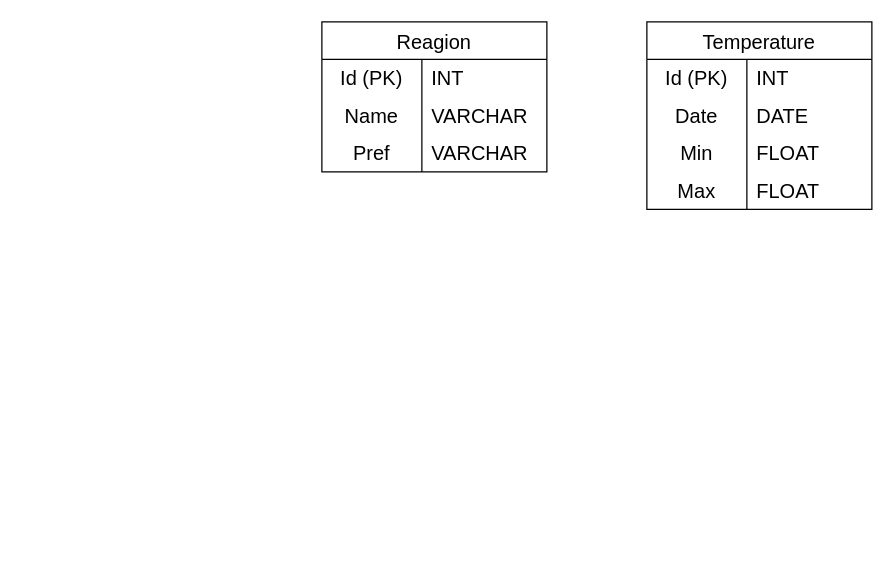
takumashiraki/weather-record keeps this draw.io diagram as ER図.drawio. Above is the earlier version. Source tidied: cells renumbered, new cells numbered last; positions are measured from the earlier drawing's top-left corner, leaving out a move shared by most shapes. Both pictures are drawn from the tidied source at 125%, with x=0, y=0 at pixel (321, 21).
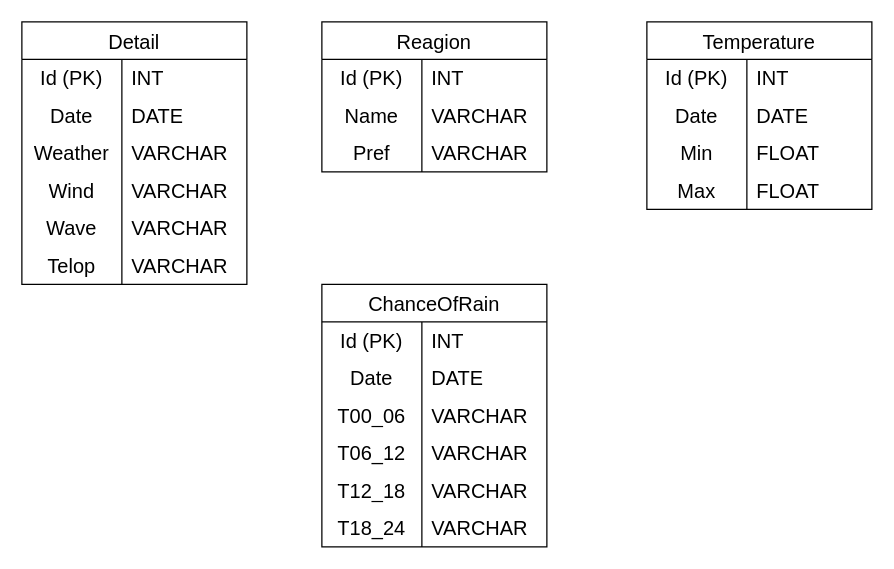
The same page after the edit.

Commit message (it also covers changes not shown here):
ER図.drawio を更新します

Change to the diagram source:
```diff
@@
+    <mxCell id="25" value="Detail" style="shape=table;startSize=30;childLayout=tableLayout;rowLines=0;fontStyle=0;strokeColor=default;fontSize=16;" parent="1" vertex="1">
+      <mxGeometry x="-240" width="180" height="210" as="geometry" />
+    </mxCell>
+    <mxCell id="26" style="shape=tableRow;horizontal=0;startSize=0;swimlaneHead=0;swimlaneBody=0;top=0;left=0;bottom=0;right=0;fillColor=none;strokeColor=inherit;fontSize=16;" parent="25" vertex="1">
+      <mxGeometry y="30" width="180" height="30" as="geometry" />
+    </mxCell>
+    <mxCell id="27" value="Id (PK)" style="shape=partialRectangle;html=1;whiteSpace=wrap;fillColor=none;top=0;left=0;bottom=0;right=0;overflow=hidden;strokeColor=inherit;fontSize=16;" parent="26" vertex="1">
+      <mxGeometry width="80" height="30" as="geometry" />
+    </mxCell>
+    <mxCell id="28" value="INT" style="shape=partialRectangle;html=1;whiteSpace=wrap;fillColor=none;top=0;left=0;bottom=0;right=0;align=left;spacingLeft=6;overflow=hidden;strokeColor=inherit;fontSize=16;" parent="26" vertex="1">
+      <mxGeometry x="80" width="100" height="30" as="geometry" />
+    </mxCell>
+    <mxCell id="29" style="shape=tableRow;horizontal=0;startSize=0;swimlaneHead=0;swimlaneBody=0;top=0;left=0;bottom=0;right=0;fillColor=none;strokeColor=inherit;fontSize=16;" parent="25" vertex="1">
+      <mxGeometry y="60" width="180" height="30" as="geometry" />
+    </mxCell>
+    <mxCell id="30" value="Date" style="shape=partialRectangle;html=1;whiteSpace=wrap;fillColor=none;top=0;left=0;bottom=0;right=0;overflow=hidden;strokeColor=inherit;fontSize=16;" parent="29" vertex="1">
+      <mxGeometry width="80" height="30" as="geometry" />
+    </mxCell>
+    <mxCell id="31" value="DATE" style="shape=partialRectangle;html=1;whiteSpace=wrap;fillColor=none;top=0;left=0;bottom=0;right=0;align=left;spacingLeft=6;overflow=hidden;strokeColor=inherit;fontSize=16;" parent="29" vertex="1">
+      <mxGeometry x="80" width="100" height="30" as="geometry" />
+    </mxCell>
+    <mxCell id="32" style="shape=tableRow;horizontal=0;startSize=0;swimlaneHead=0;swimlaneBody=0;top=0;left=0;bottom=0;right=0;fillColor=none;strokeColor=inherit;fontSize=16;" parent="25" vertex="1">
+      <mxGeometry y="90" width="180" height="30" as="geometry" />
+    </mxCell>
+    <mxCell id="33" value="Weather" style="shape=partialRectangle;html=1;whiteSpace=wrap;fillColor=none;top=0;left=0;bottom=0;right=0;overflow=hidden;strokeColor=inherit;fontSize=16;" parent="32" vertex="1">
+      <mxGeometry width="80" height="30" as="geometry" />
+    </mxCell>
+    <mxCell id="34" value="VARCHAR" style="shape=partialRectangle;html=1;whiteSpace=wrap;fillColor=none;top=0;left=0;bottom=0;right=0;align=left;spacingLeft=6;overflow=hidden;strokeColor=inherit;fontSize=16;" parent="32" vertex="1">
+      <mxGeometry x="80" width="100" height="30" as="geometry" />
+    </mxCell>
+    <mxCell id="35" style="shape=tableRow;horizontal=0;startSize=0;swimlaneHead=0;swimlaneBody=0;top=0;left=0;bottom=0;right=0;fillColor=none;strokeColor=inherit;fontSize=16;" parent="25" vertex="1">
+      <mxGeometry y="120" width="180" height="30" as="geometry" />
+    </mxCell>
+    <mxCell id="36" value="Wind" style="shape=partialRectangle;html=1;whiteSpace=wrap;fillColor=none;top=0;left=0;bottom=0;right=0;overflow=hidden;strokeColor=inherit;fontSize=16;" parent="35" vertex="1">
+      <mxGeometry width="80" height="30" as="geometry" />
+    </mxCell>
+    <mxCell id="37" value="VARCHAR" style="shape=partialRectangle;html=1;whiteSpace=wrap;fillColor=none;top=0;left=0;bottom=0;right=0;align=left;spacingLeft=6;overflow=hidden;strokeColor=inherit;fontSize=16;" parent="35" vertex="1">
+      <mxGeometry x="80" width="100" height="30" as="geometry" />
+    </mxCell>
+    <mxCell id="38" style="shape=tableRow;horizontal=0;startSize=0;swimlaneHead=0;swimlaneBody=0;top=0;left=0;bottom=0;right=0;fillColor=none;strokeColor=inherit;fontSize=16;" parent="25" vertex="1">
+      <mxGeometry y="150" width="180" height="30" as="geometry" />
+    </mxCell>
+    <mxCell id="39" value="Wave" style="shape=partialRectangle;html=1;whiteSpace=wrap;fillColor=none;top=0;left=0;bottom=0;right=0;overflow=hidden;strokeColor=inherit;fontSize=16;" parent="38" vertex="1">
+      <mxGeometry width="80" height="30" as="geometry" />
+    </mxCell>
+    <mxCell id="40" value="VARCHAR" style="shape=partialRectangle;html=1;whiteSpace=wrap;fillColor=none;top=0;left=0;bottom=0;right=0;align=left;spacingLeft=6;overflow=hidden;strokeColor=inherit;fontSize=16;" parent="38" vertex="1">
+      <mxGeometry x="80" width="100" height="30" as="geometry" />
+    </mxCell>
+    <mxCell id="41" style="shape=tableRow;horizontal=0;startSize=0;swimlaneHead=0;swimlaneBody=0;top=0;left=0;bottom=0;right=0;fillColor=none;strokeColor=inherit;fontSize=16;" parent="25" vertex="1">
+      <mxGeometry y="180" width="180" height="30" as="geometry" />
+    </mxCell>
+    <mxCell id="42" value="Telop" style="shape=partialRectangle;html=1;whiteSpace=wrap;fillColor=none;top=0;left=0;bottom=0;right=0;overflow=hidden;strokeColor=inherit;fontSize=16;" parent="41" vertex="1">
+      <mxGeometry width="80" height="30" as="geometry" />
+    </mxCell>
+    <mxCell id="43" value="VARCHAR" style="shape=partialRectangle;html=1;whiteSpace=wrap;fillColor=none;top=0;left=0;bottom=0;right=0;align=left;spacingLeft=6;overflow=hidden;strokeColor=inherit;fontSize=16;" parent="41" vertex="1">
+      <mxGeometry x="80" width="100" height="30" as="geometry" />
+    </mxCell>
+    <mxCell id="44" value="ChanceOfRain" style="shape=table;startSize=30;childLayout=tableLayout;rowLines=0;fontStyle=0;strokeColor=default;fontSize=16;" parent="1" vertex="1">
+      <mxGeometry y="210" width="180" height="210" as="geometry" />
+    </mxCell>
+    <mxCell id="45" style="shape=tableRow;horizontal=0;startSize=0;swimlaneHead=0;swimlaneBody=0;top=0;left=0;bottom=0;right=0;fillColor=none;strokeColor=inherit;fontSize=16;" parent="44" vertex="1">
+      <mxGeometry y="30" width="180" height="30" as="geometry" />
+    </mxCell>
+    <mxCell id="46" value="Id (PK)" style="shape=partialRectangle;html=1;whiteSpace=wrap;fillColor=none;top=0;left=0;bottom=0;right=0;overflow=hidden;strokeColor=inherit;fontSize=16;" parent="45" vertex="1">
+      <mxGeometry width="80" height="30" as="geometry" />
+    </mxCell>
+    <mxCell id="47" value="INT" style="shape=partialRectangle;html=1;whiteSpace=wrap;fillColor=none;top=0;left=0;bottom=0;right=0;align=left;spacingLeft=6;overflow=hidden;strokeColor=inherit;fontSize=16;" parent="45" vertex="1">
+      <mxGeometry x="80" width="100" height="30" as="geometry" />
+    </mxCell>
+    <mxCell id="48" style="shape=tableRow;horizontal=0;startSize=0;swimlaneHead=0;swimlaneBody=0;top=0;left=0;bottom=0;right=0;fillColor=none;strokeColor=inherit;fontSize=16;" parent="44" vertex="1">
+      <mxGeometry y="60" width="180" height="30" as="geometry" />
+    </mxCell>
+    <mxCell id="49" value="Date" style="shape=partialRectangle;html=1;whiteSpace=wrap;fillColor=none;top=0;left=0;bottom=0;right=0;overflow=hidden;strokeColor=inherit;fontSize=16;" parent="48" vertex="1">
+      <mxGeometry width="80" height="30" as="geometry" />
+    </mxCell>
+    <mxCell id="50" value="DATE" style="shape=partialRectangle;html=1;whiteSpace=wrap;fillColor=none;top=0;left=0;bottom=0;right=0;align=left;spacingLeft=6;overflow=hidden;strokeColor=inherit;fontSize=16;" parent="48" vertex="1">
+      <mxGeometry x="80" width="100" height="30" as="geometry" />
+    </mxCell>
+    <mxCell id="51" style="shape=tableRow;horizontal=0;startSize=0;swimlaneHead=0;swimlaneBody=0;top=0;left=0;bottom=0;right=0;fillColor=none;strokeColor=inherit;fontSize=16;" parent="44" vertex="1">
+      <mxGeometry y="90" width="180" height="30" as="geometry" />
+    </mxCell>
+    <mxCell id="52" value="T00_06" style="shape=partialRectangle;html=1;whiteSpace=wrap;fillColor=none;top=0;left=0;bottom=0;right=0;overflow=hidden;strokeColor=inherit;fontSize=16;" parent="51" vertex="1">
+      <mxGeometry width="80" height="30" as="geometry" />
+    </mxCell>
+    <mxCell id="53" value="VARCHAR" style="shape=partialRectangle;html=1;whiteSpace=wrap;fillColor=none;top=0;left=0;bottom=0;right=0;align=left;spacingLeft=6;overflow=hidden;strokeColor=inherit;fontSize=16;" parent="51" vertex="1">
+      <mxGeometry x="80" width="100" height="30" as="geometry" />
+    </mxCell>
+    <mxCell id="54" style="shape=tableRow;horizontal=0;startSize=0;swimlaneHead=0;swimlaneBody=0;top=0;left=0;bottom=0;right=0;fillColor=none;strokeColor=inherit;fontSize=16;" parent="44" vertex="1">
+      <mxGeometry y="120" width="180" height="30" as="geometry" />
+    </mxCell>
+    <mxCell id="55" value="T06_12" style="shape=partialRectangle;html=1;whiteSpace=wrap;fillColor=none;top=0;left=0;bottom=0;right=0;overflow=hidden;strokeColor=inherit;fontSize=16;" parent="54" vertex="1">
+      <mxGeometry width="80" height="30" as="geometry" />
+    </mxCell>
+    <mxCell id="56" value="VARCHAR" style="shape=partialRectangle;html=1;whiteSpace=wrap;fillColor=none;top=0;left=0;bottom=0;right=0;align=left;spacingLeft=6;overflow=hidden;strokeColor=inherit;fontSize=16;" parent="54" vertex="1">
+      <mxGeometry x="80" width="100" height="30" as="geometry" />
+    </mxCell>
+    <mxCell id="57" style="shape=tableRow;horizontal=0;startSize=0;swimlaneHead=0;swimlaneBody=0;top=0;left=0;bottom=0;right=0;fillColor=none;strokeColor=inherit;fontSize=16;" parent="44" vertex="1">
+      <mxGeometry y="150" width="180" height="30" as="geometry" />
+    </mxCell>
+    <mxCell id="58" value="T12_18" style="shape=partialRectangle;html=1;whiteSpace=wrap;fillColor=none;top=0;left=0;bottom=0;right=0;overflow=hidden;strokeColor=inherit;fontSize=16;" parent="57" vertex="1">
+      <mxGeometry width="80" height="30" as="geometry" />
+    </mxCell>
+    <mxCell id="59" value="VARCHAR" style="shape=partialRectangle;html=1;whiteSpace=wrap;fillColor=none;top=0;left=0;bottom=0;right=0;align=left;spacingLeft=6;overflow=hidden;strokeColor=inherit;fontSize=16;" parent="57" vertex="1">
+      <mxGeometry x="80" width="100" height="30" as="geometry" />
+    </mxCell>
+    <mxCell id="60" style="shape=tableRow;horizontal=0;startSize=0;swimlaneHead=0;swimlaneBody=0;top=0;left=0;bottom=0;right=0;fillColor=none;strokeColor=inherit;fontSize=16;" parent="44" vertex="1">
+      <mxGeometry y="180" width="180" height="30" as="geometry" />
+    </mxCell>
+    <mxCell id="61" value="T18_24" style="shape=partialRectangle;html=1;whiteSpace=wrap;fillColor=none;top=0;left=0;bottom=0;right=0;overflow=hidden;strokeColor=inherit;fontSize=16;" parent="60" vertex="1">
+      <mxGeometry width="80" height="30" as="geometry" />
+    </mxCell>
+    <mxCell id="62" value="VARCHAR" style="shape=partialRectangle;html=1;whiteSpace=wrap;fillColor=none;top=0;left=0;bottom=0;right=0;align=left;spacingLeft=6;overflow=hidden;strokeColor=inherit;fontSize=16;" parent="60" vertex="1">
+      <mxGeometry x="80" width="100" height="30" as="geometry" />
+    </mxCell>
```
